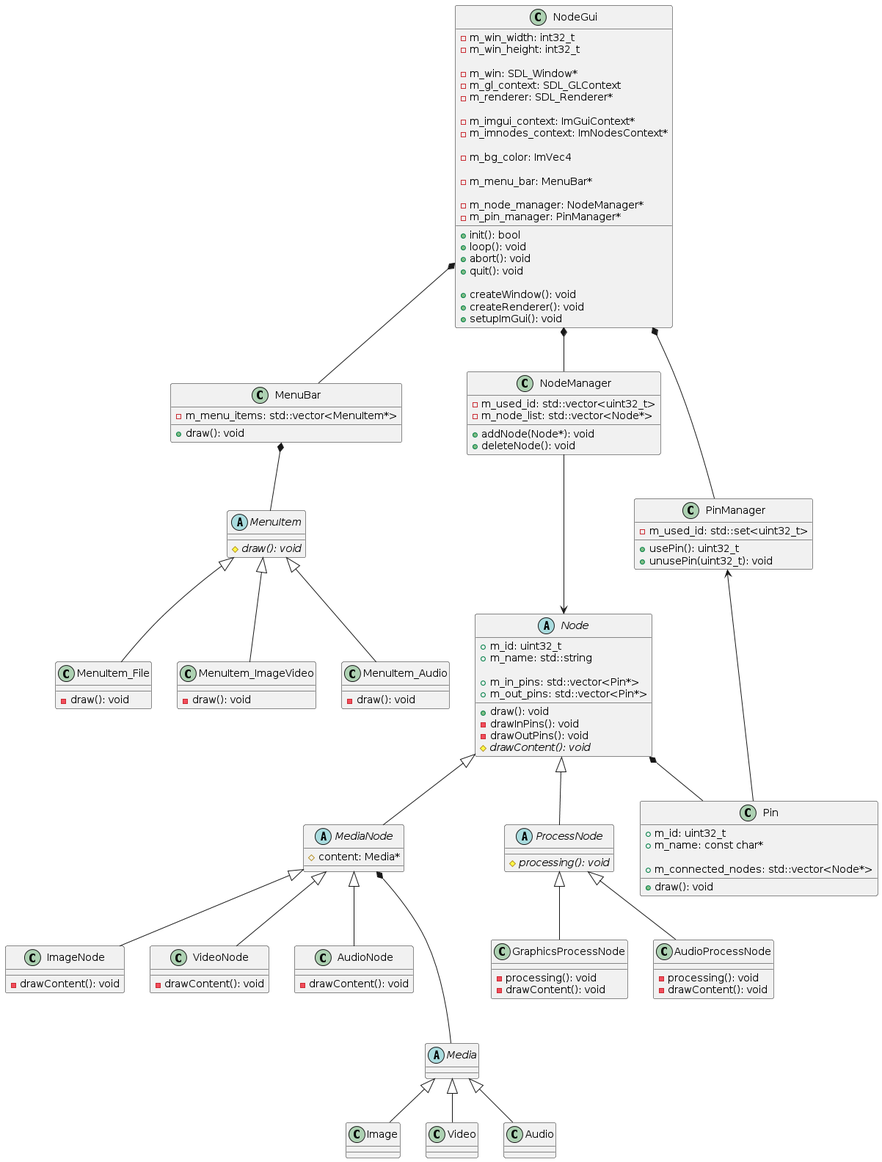
This is uml/NodeProcessing.png from nkue-yst/NodeProcessV2, a PlantUML export, as it was before one commit.
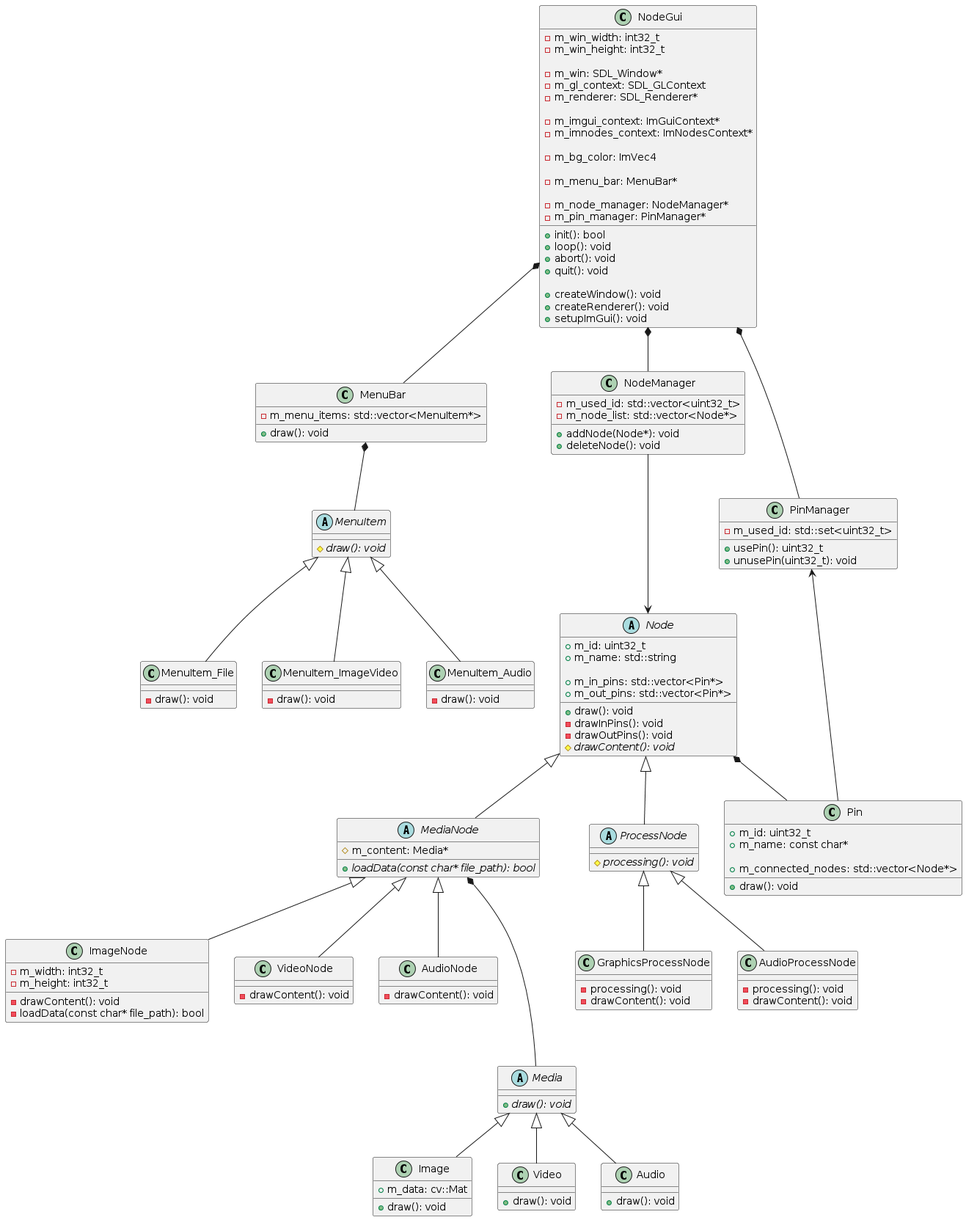
After the commit.

The edit, as a diff of the source:
```diff
@@ -72,7 +72,9 @@
 }
 
 abstract class MediaNode {
-    #content: Media*
+    {abstract} +loadData(const char* file_path): bool
+
+    #m_content: Media*
 }
 
 abstract class ProcessNode {
@@ -81,6 +83,10 @@
 
 class ImageNode {
     -drawContent(): void
+    -loadData(const char* file_path): bool
+
+    -m_width: int32_t
+    -m_height: int32_t
 }
 
 class VideoNode {
@@ -118,19 +124,21 @@
 }
 
 abstract class Media {
-
+    {abstract} +draw(): void
 }
 
 class Image {
+    +draw(): void
 
+    +m_data: cv::Mat
 }
 
 class Video {
-
+    +draw(): void
 }
 
 class Audio {
-
+    +draw(): void
 }
 
 NodeGui *-- NodeManager
```
